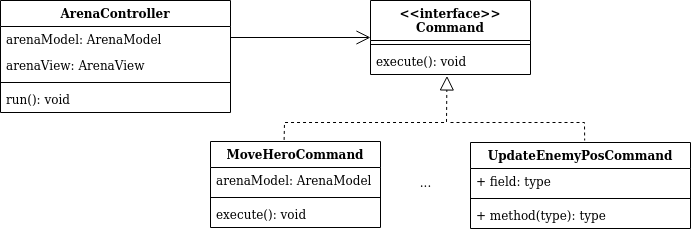
The draw.io diagram docs/images/command-diagram.png in dmfrodrigues/feup-lpoo-proj, before a commit. Source tidied: cells renumbered, new cells last; positions are measured from the earlier drawing's top-left corner, leaving out a move shared by most shapes. Source of this version:
```xml
<mxGraphModel>
  <root>
    <mxCell id="0" />
    <mxCell id="1" parent="0" />
    <mxCell id="2" value="&lt;&lt;interface&gt;&gt;&#10;Command" style="swimlane;fontStyle=1;align=center;verticalAlign=top;horizontal=1;startSize=40;" parent="1" vertex="1">
      <mxGeometry x="370" width="160" height="74" as="geometry" />
    </mxCell>
    <mxCell id="3" style="line;strokeWidth=1;fillColor=none;align=left;verticalAlign=middle;spacingTop=-1;spacingLeft=3;spacingRight=3;labelPosition=right;" parent="2" vertex="1">
      <mxGeometry y="40" width="160" height="8" as="geometry" />
    </mxCell>
    <mxCell id="4" value="execute(): void" style="text;strokeColor=none;fillColor=none;align=left;verticalAlign=top;spacingLeft=4;spacingRight=4;overflow=hidden;points=[[0,0.5],[1,0.5]];portConstraint=eastwest;" parent="2" vertex="1">
      <mxGeometry y="48" width="160" height="26" as="geometry" />
    </mxCell>
    <mxCell id="5" style="endArrow=open;endFill=1;endSize=12;html=1;entryX=0;entryY=0.5;entryDx=0;entryDy=0;" parent="1" edge="1" target="2">
      <mxGeometry relative="1" as="geometry">
        <mxPoint x="230" y="37" as="sourcePoint" />
      </mxGeometry>
    </mxCell>
    <mxCell id="6" value="UpdateEnemyPosCommand" style="swimlane;fontStyle=1;align=center;verticalAlign=top;horizontal=1;startSize=26;" parent="1" vertex="1">
      <mxGeometry x="470" y="142" width="220" height="86" as="geometry" />
    </mxCell>
    <mxCell id="7" value="+ field: type" style="text;strokeColor=none;fillColor=none;align=left;verticalAlign=top;spacingLeft=4;spacingRight=4;overflow=hidden;" parent="6" vertex="1">
      <mxGeometry y="26" width="220" height="26" as="geometry" />
    </mxCell>
    <mxCell id="8" style="line;strokeWidth=1;fillColor=none;align=left;verticalAlign=middle;spacingTop=-1;spacingLeft=3;spacingRight=3;labelPosition=right;" parent="6" vertex="1">
      <mxGeometry y="52" width="220" height="8" as="geometry" />
    </mxCell>
    <mxCell id="9" value="+ method(type): type" style="text;strokeColor=none;fillColor=none;align=left;verticalAlign=top;spacingLeft=4;spacingRight=4;overflow=hidden;" parent="6" vertex="1">
      <mxGeometry y="60" width="220" height="26" as="geometry" />
    </mxCell>
    <mxCell id="10" value="..." style="text;html=1;align=center;verticalAlign=middle;" parent="1" vertex="1">
      <mxGeometry x="410" y="172" width="30" height="20" as="geometry" />
    </mxCell>
    <mxCell id="11" value="MoveHeroCommand" style="swimlane;fontStyle=1;align=center;verticalAlign=top;horizontal=1;startSize=26;" parent="1" vertex="1">
      <mxGeometry x="210" y="141" width="170" height="86" as="geometry" />
    </mxCell>
    <mxCell id="12" value="arenaModel: ArenaModel" style="text;strokeColor=none;fillColor=none;align=left;verticalAlign=top;spacingLeft=4;spacingRight=4;overflow=hidden;" parent="11" vertex="1">
      <mxGeometry y="26" width="170" height="26" as="geometry" />
    </mxCell>
    <mxCell id="13" style="line;strokeWidth=1;fillColor=none;align=left;verticalAlign=middle;spacingTop=-1;spacingLeft=3;spacingRight=3;labelPosition=right;" parent="11" vertex="1">
      <mxGeometry y="52" width="170" height="8" as="geometry" />
    </mxCell>
    <mxCell id="14" value="execute(): void" style="text;strokeColor=none;fillColor=none;align=left;verticalAlign=top;spacingLeft=4;spacingRight=4;overflow=hidden;" parent="11" vertex="1">
      <mxGeometry y="60" width="170" height="26" as="geometry" />
    </mxCell>
    <mxCell id="15" style="endArrow=block;dashed=1;endFill=0;endSize=12;html=1;entryX=0.478;entryY=1.055;entryDx=0;entryDy=0;entryPerimeter=0;exitX=0.433;exitY=-0.018;exitDx=0;exitDy=0;exitPerimeter=0;rounded=0;" parent="1" edge="1" source="11" target="4">
      <mxGeometry relative="1" as="geometry">
        <Array as="points">
          <mxPoint x="284" y="122" />
          <mxPoint x="446" y="122" />
        </Array>
      </mxGeometry>
    </mxCell>
    <mxCell id="16" style="endArrow=none;dashed=1;html=1;entryX=0.519;entryY=-0.023;entryDx=0;entryDy=0;entryPerimeter=0;rounded=0;" parent="1" edge="1" target="6">
      <mxGeometry relative="1" as="geometry">
        <mxPoint x="450" y="122" as="sourcePoint" />
        <Array as="points">
          <mxPoint x="584" y="122" />
        </Array>
      </mxGeometry>
    </mxCell>
    <mxCell id="17" value="ArenaController" style="swimlane;fontStyle=1;align=center;verticalAlign=top;horizontal=1;startSize=26;" parent="1" vertex="1">
      <mxGeometry width="230" height="112" as="geometry" />
    </mxCell>
    <mxCell id="18" value="arenaModel: ArenaModel" style="text;strokeColor=none;fillColor=none;align=left;verticalAlign=top;spacingLeft=4;spacingRight=4;overflow=hidden;" parent="17" vertex="1">
      <mxGeometry y="26" width="230" height="26" as="geometry" />
    </mxCell>
    <mxCell id="19" value="arenaView: ArenaView" style="text;strokeColor=none;fillColor=none;align=left;verticalAlign=top;spacingLeft=4;spacingRight=4;overflow=hidden;" parent="17" vertex="1">
      <mxGeometry y="52" width="230" height="26" as="geometry" />
    </mxCell>
    <mxCell id="20" style="line;strokeWidth=1;fillColor=none;align=left;verticalAlign=middle;spacingTop=-1;spacingLeft=3;spacingRight=3;labelPosition=right;" parent="17" vertex="1">
      <mxGeometry y="78" width="230" height="8" as="geometry" />
    </mxCell>
    <mxCell id="21" value="run(): void" style="text;strokeColor=none;fillColor=none;align=left;verticalAlign=top;spacingLeft=4;spacingRight=4;overflow=hidden;" parent="17" vertex="1">
      <mxGeometry y="86" width="230" height="26" as="geometry" />
    </mxCell>
  </root>
</mxGraphModel>
```
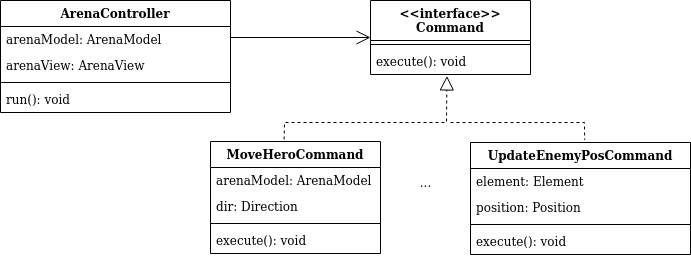
The same diagram one commit later.

Commit message:
Updated Command UML

The edit, as a diff of the source:
```diff
@@ -17,31 +17,37 @@
       </mxGeometry>
     </mxCell>
     <mxCell id="6" value="UpdateEnemyPosCommand" style="swimlane;fontStyle=1;align=center;verticalAlign=top;horizontal=1;startSize=26;" parent="1" vertex="1">
-      <mxGeometry x="470" y="142" width="220" height="86" as="geometry" />
+      <mxGeometry x="470" y="142" width="220" height="112" as="geometry" />
     </mxCell>
-    <mxCell id="7" value="+ field: type" style="text;strokeColor=none;fillColor=none;align=left;verticalAlign=top;spacingLeft=4;spacingRight=4;overflow=hidden;" parent="6" vertex="1">
+    <mxCell id="7" value="element: Element" style="text;strokeColor=none;fillColor=none;align=left;verticalAlign=top;spacingLeft=4;spacingRight=4;overflow=hidden;" parent="6" vertex="1">
       <mxGeometry y="26" width="220" height="26" as="geometry" />
     </mxCell>
+    <mxCell id="22" value="position: Position" style="text;strokeColor=none;fillColor=none;align=left;verticalAlign=top;spacingLeft=4;spacingRight=4;overflow=hidden;" parent="6" vertex="1">
+      <mxGeometry y="52" width="220" height="26" as="geometry" />
+    </mxCell>
     <mxCell id="8" style="line;strokeWidth=1;fillColor=none;align=left;verticalAlign=middle;spacingTop=-1;spacingLeft=3;spacingRight=3;labelPosition=right;" parent="6" vertex="1">
-      <mxGeometry y="52" width="220" height="8" as="geometry" />
+      <mxGeometry y="78" width="220" height="8" as="geometry" />
     </mxCell>
-    <mxCell id="9" value="+ method(type): type" style="text;strokeColor=none;fillColor=none;align=left;verticalAlign=top;spacingLeft=4;spacingRight=4;overflow=hidden;" parent="6" vertex="1">
-      <mxGeometry y="60" width="220" height="26" as="geometry" />
+    <mxCell id="9" value="execute(): void" style="text;strokeColor=none;fillColor=none;align=left;verticalAlign=top;spacingLeft=4;spacingRight=4;overflow=hidden;" parent="6" vertex="1">
+      <mxGeometry y="86" width="220" height="26" as="geometry" />
     </mxCell>
     <mxCell id="10" value="..." style="text;html=1;align=center;verticalAlign=middle;" parent="1" vertex="1">
       <mxGeometry x="410" y="172" width="30" height="20" as="geometry" />
     </mxCell>
     <mxCell id="11" value="MoveHeroCommand" style="swimlane;fontStyle=1;align=center;verticalAlign=top;horizontal=1;startSize=26;" parent="1" vertex="1">
-      <mxGeometry x="210" y="141" width="170" height="86" as="geometry" />
+      <mxGeometry x="210" y="141" width="170" height="112" as="geometry" />
     </mxCell>
     <mxCell id="12" value="arenaModel: ArenaModel" style="text;strokeColor=none;fillColor=none;align=left;verticalAlign=top;spacingLeft=4;spacingRight=4;overflow=hidden;" parent="11" vertex="1">
       <mxGeometry y="26" width="170" height="26" as="geometry" />
     </mxCell>
+    <mxCell id="23" value="dir: Direction" style="text;strokeColor=none;fillColor=none;align=left;verticalAlign=top;spacingLeft=4;spacingRight=4;overflow=hidden;" parent="11" vertex="1">
+      <mxGeometry y="52" width="170" height="26" as="geometry" />
+    </mxCell>
     <mxCell id="13" style="line;strokeWidth=1;fillColor=none;align=left;verticalAlign=middle;spacingTop=-1;spacingLeft=3;spacingRight=3;labelPosition=right;" parent="11" vertex="1">
-      <mxGeometry y="52" width="170" height="8" as="geometry" />
+      <mxGeometry y="78" width="170" height="8" as="geometry" />
     </mxCell>
     <mxCell id="14" value="execute(): void" style="text;strokeColor=none;fillColor=none;align=left;verticalAlign=top;spacingLeft=4;spacingRight=4;overflow=hidden;" parent="11" vertex="1">
-      <mxGeometry y="60" width="170" height="26" as="geometry" />
+      <mxGeometry y="86" width="170" height="26" as="geometry" />
     </mxCell>
     <mxCell id="15" style="endArrow=block;dashed=1;endFill=0;endSize=12;html=1;entryX=0.478;entryY=1.055;entryDx=0;entryDy=0;entryPerimeter=0;exitX=0.433;exitY=-0.018;exitDx=0;exitDy=0;exitPerimeter=0;rounded=0;" parent="1" edge="1" source="11" target="4">
       <mxGeometry relative="1" as="geometry">
```
